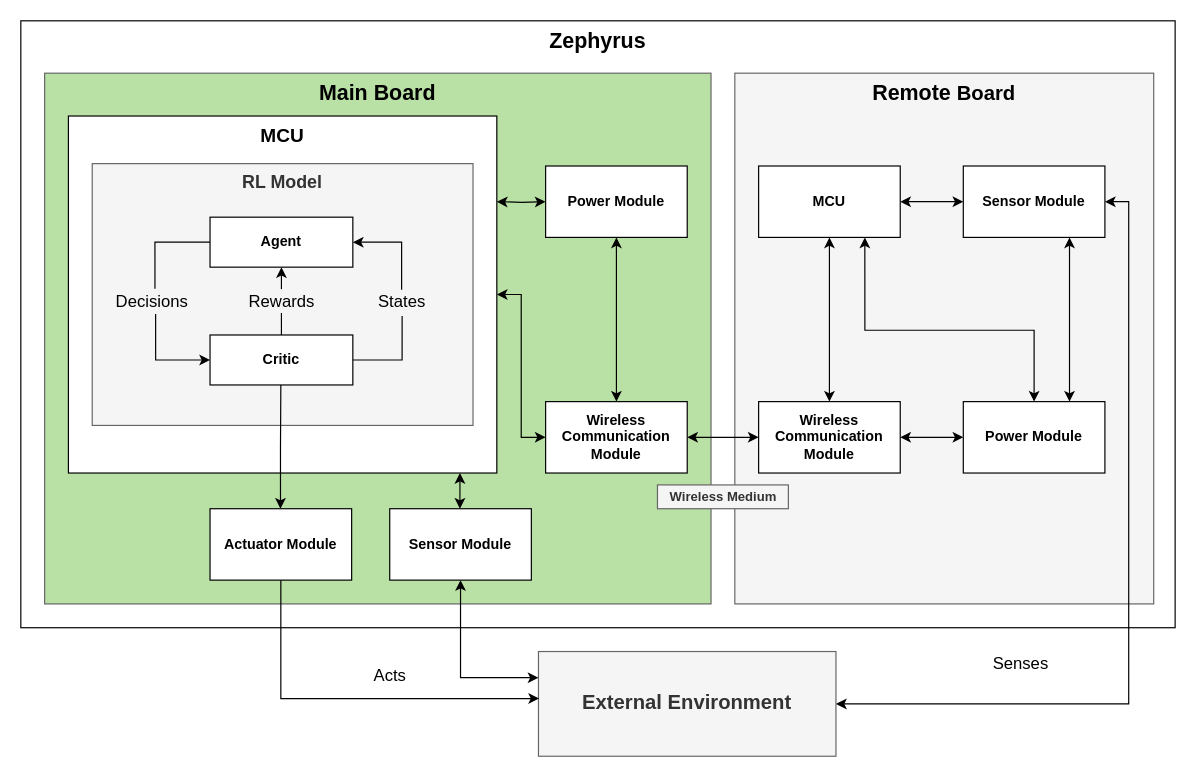
Earlier version of the draw.io diagram 2. Analysis/1. System Overview/Local/Local_OV.drawio (esrg-silent-howl/zephyrus). Source tidied: cells renumbered, new cells numbered last; positions are measured from the earlier drawing's top-left corner, leaving out a move shared by most shapes. Both pictures are drawn from the tidied source at 119%, with x=0, y=0 at pixel (20, 20).
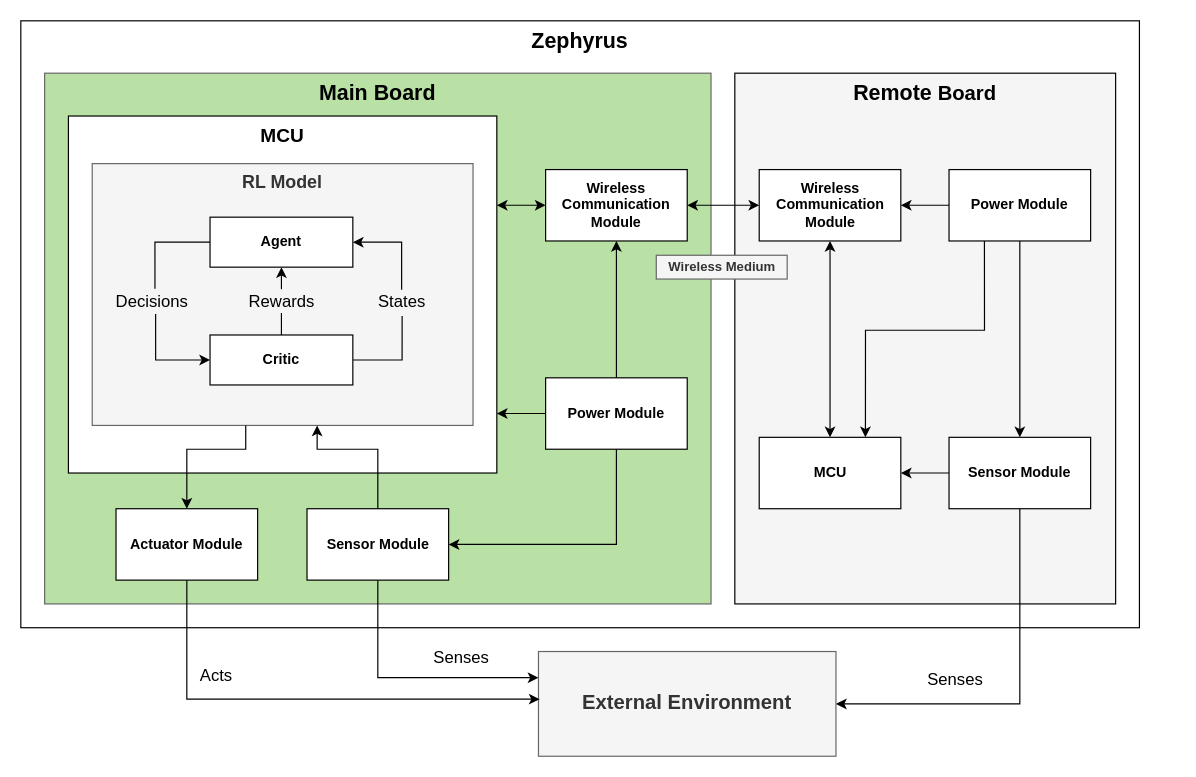
Above is the later version.

Unchanged cells that the change refers to:
```xml
<mxCell id="6" value="&lt;b&gt;&lt;font style=&quot;font-size: 16px&quot;&gt;MCU&lt;/font&gt;&lt;/b&gt;" style="rounded=0;whiteSpace=wrap;html=1;verticalAlign=top;" parent="1" vertex="1">
  <mxGeometry x="40" y="80" width="360" height="300" as="geometry" />
</mxCell>
<mxCell id="10" value="&lt;span style=&quot;font-size: 17px&quot;&gt;&lt;b&gt;External Environment&lt;/b&gt;&lt;/span&gt;" style="rounded=0;whiteSpace=wrap;html=1;fillColor=#f5f5f5;strokeColor=#666666;fontColor=#333333;" parent="1" vertex="1">
  <mxGeometry x="435" y="530" width="250" height="88" as="geometry" />
</mxCell>
```

The edit, as a diff of the source:
```diff
@@
     <mxCell id="2" value="&lt;b style=&quot;white-space: normal ; font-size: 18px&quot;&gt;Zephyrus&lt;/b&gt;" style="rounded=0;whiteSpace=wrap;html=1;verticalAlign=top;" parent="1" vertex="1">
-      <mxGeometry width="970" height="510" as="geometry" />
+      <mxGeometry width="940" height="510" as="geometry" />
     </mxCell>
-    <mxCell id="3" value="&lt;b style=&quot;color: rgb(0 , 0 , 0) ; font-size: 18px ; white-space: normal&quot;&gt;Remote&amp;nbsp;&lt;/b&gt;&lt;b style=&quot;color: rgb(0 , 0 , 0) ; white-space: normal ; font-size: 17px&quot;&gt;Board&lt;/b&gt;" style="rounded=0;whiteSpace=wrap;html=1;fillColor=#f5f5f5;strokeColor=#666666;fontColor=#333333;verticalAlign=top;" parent="1" vertex="1">
-      <mxGeometry x="600" y="44" width="352" height="446" as="geometry" />
+    <mxCell id="3" value="&lt;b style=&quot;color: rgb(0 , 0 , 0) ; font-size: 18px ; white-space: normal&quot;&gt;Remote&amp;nbsp;&lt;/b&gt;&lt;b style=&quot;color: rgb(0 , 0 , 0) ; white-space: normal ; font-size: 17px&quot;&gt;Board&lt;/b&gt;" style="rounded=0;whiteSpace=wrap;html=1;fillColor=#f5f5f5;strokeColor=#000000;fontColor=#333333;verticalAlign=top;" parent="1" vertex="1">
+      <mxGeometry x="600" y="44" width="320" height="446" as="geometry" />
     </mxCell>
-    <mxCell id="4" value="&lt;font color=&quot;#000000&quot;&gt;&lt;span style=&quot;font-size: 18px&quot;&gt;&lt;b&gt;Main Board&lt;/b&gt;&lt;/span&gt;&lt;/font&gt;" style="rounded=0;whiteSpace=wrap;html=1;fillColor=#B9E0A5;strokeColor=#666666;verticalAlign=top;fontColor=#333333;" parent="1" vertex="1">
+    <mxCell id="4" value="&lt;font color=&quot;#000000&quot;&gt;&lt;span style=&quot;font-size: 18px&quot;&gt;&lt;b&gt;Main Board&lt;/b&gt;&lt;/span&gt;&lt;/font&gt;" style="rounded=0;whiteSpace=wrap;html=1;verticalAlign=top;fontColor=#333333;fillColor=#B9E0A5;strokeColor=#666666;" parent="1" vertex="1">
       <mxGeometry x="20" y="44" width="560" height="446" as="geometry" />
     </mxCell>
-    <mxCell id="5" style="edgeStyle=orthogonalEdgeStyle;rounded=0;jettySize=auto;html=1;entryX=0;entryY=0.5;entryDx=0;entryDy=0;startArrow=classic;startFill=1;endArrow=classic;endFill=1;" parent="1" edge="1" target="38">
-      <mxGeometry relative="1" as="geometry">
-        <mxPoint x="400" y="152" as="sourcePoint" />
-      </mxGeometry>
-    </mxCell>
+    <mxCell id="44" style="edgeStyle=orthogonalEdgeStyle;rounded=0;jettySize=auto;html=1;entryX=0;entryY=0.5;entryDx=0;entryDy=0;startArrow=classic;startFill=1;endArrow=none;endFill=0;" parent="1" edge="1" source="6" target="60">
+      <mxGeometry relative="1" as="geometry">
+        <Array as="points">
+          <mxPoint x="441" y="330" />
+        </Array>
+      </mxGeometry>
+    </mxCell>
@@
     <mxCell id="8" value="&lt;font style=&quot;font-size: 11px&quot;&gt;&lt;b&gt;Wireless Medium&lt;/b&gt;&lt;/font&gt;" style="text;html=1;align=center;verticalAlign=middle;fillColor=#f5f5f5;strokeColor=#666666;fontColor=#333333;" parent="1" vertex="1">
-      <mxGeometry x="535" y="390" width="110" height="20" as="geometry" />
+      <mxGeometry x="534" y="197" width="110" height="20" as="geometry" />
     </mxCell>
-    <mxCell id="9" style="edgeStyle=orthogonalEdgeStyle;rounded=0;jettySize=auto;html=1;exitX=1;exitY=0.5;exitDx=0;exitDy=0;entryX=1;entryY=0.5;entryDx=0;entryDy=0;startArrow=classic;startFill=1;" parent="1" edge="1" source="10" target="40">
-      <mxGeometry relative="1" as="geometry" />
-    </mxCell>
+    <mxCell id="45" style="edgeStyle=orthogonalEdgeStyle;rounded=0;jettySize=auto;html=1;exitX=1;exitY=0.5;exitDx=0;exitDy=0;entryX=0.5;entryY=1;entryDx=0;entryDy=0;startArrow=classic;startFill=1;endArrow=none;endFill=0;" parent="1" edge="1" source="10" target="62">
+      <mxGeometry relative="1" as="geometry" />
+    </mxCell>
@@
-    <mxCell id="11" value="&lt;font style=&quot;font-size: 14px&quot;&gt;Senses&lt;/font&gt;" style="text;html=1;align=center;verticalAlign=middle;" parent="1" vertex="1">
-      <mxGeometry x="810" y="530" width="60" height="20" as="geometry" />
-    </mxCell>
+    <mxCell id="46" value="&lt;font style=&quot;font-size: 14px&quot;&gt;Senses&lt;/font&gt;" style="text;html=1;align=center;verticalAlign=middle;" parent="1" vertex="1">
+      <mxGeometry x="754.5" y="544" width="60" height="20" as="geometry" />
+    </mxCell>
@@
     <mxCell id="17" value="&lt;font style=&quot;font-size: 14px&quot;&gt;Acts&lt;br&gt;&lt;/font&gt;" style="text;html=1;align=center;verticalAlign=middle;" parent="1" vertex="1">
-      <mxGeometry x="290" y="540" width="40" height="20" as="geometry" />
+      <mxGeometry x="144" y="540" width="40" height="20" as="geometry" />
     </mxCell>
@@
-    <mxCell id="24" style="edgeStyle=orthogonalEdgeStyle;rounded=0;orthogonalLoop=1;jettySize=auto;html=1;exitX=0.5;exitY=0;exitDx=0;exitDy=0;entryX=0.5;entryY=1;entryDx=0;entryDy=0;startArrow=classic;startFill=1;endArrow=none;endFill=0;" parent="1" edge="1">
-      <mxGeometry relative="1" as="geometry">
-        <mxPoint x="218.2" y="410" as="sourcePoint" />
-        <mxPoint x="218.5" y="306" as="targetPoint" />
-        <Array as="points">
-          <mxPoint x="219" y="358" />
-        </Array>
-      </mxGeometry>
-    </mxCell>
-    <mxCell id="25" style="edgeStyle=orthogonalEdgeStyle;rounded=0;jettySize=auto;html=1;exitX=0.5;exitY=1;exitDx=0;exitDy=0;startArrow=none;startFill=0;endArrow=classic;endFill=1;" parent="1" edge="1" source="26">
-      <mxGeometry relative="1" as="geometry">
-        <mxPoint x="435.5" y="569.5" as="targetPoint" />
-        <Array as="points">
-          <mxPoint x="218" y="570" />
-          <mxPoint x="436" y="570" />
-        </Array>
-      </mxGeometry>
-    </mxCell>
+    <mxCell id="47" style="edgeStyle=orthogonalEdgeStyle;rounded=0;jettySize=auto;html=1;exitX=0.5;exitY=0;exitDx=0;exitDy=0;startArrow=classic;startFill=1;endArrow=none;endFill=0;" parent="1" edge="1" source="26">
+      <mxGeometry relative="1" as="geometry">
+        <mxPoint x="189" y="340" as="targetPoint" />
+        <Array as="points">
+          <mxPoint x="140" y="360" />
+          <mxPoint x="189" y="360" />
+        </Array>
+      </mxGeometry>
+    </mxCell>
+    <mxCell id="48" style="edgeStyle=orthogonalEdgeStyle;rounded=0;jettySize=auto;html=1;exitX=0.5;exitY=1;exitDx=0;exitDy=0;startArrow=none;startFill=0;endArrow=classic;endFill=1;" parent="1" edge="1" source="26">
+      <mxGeometry relative="1" as="geometry">
+        <mxPoint x="436" y="570" as="targetPoint" />
+        <Array as="points">
+          <mxPoint x="218" y="570" />
+          <mxPoint x="436" y="570" />
+        </Array>
+      </mxGeometry>
+    </mxCell>
     <mxCell id="26" value="&lt;b&gt;Actuator Module&lt;/b&gt;" style="rounded=0;whiteSpace=wrap;html=1;" parent="1" vertex="1">
-      <mxGeometry x="159" y="410" width="119" height="60" as="geometry" />
+      <mxGeometry x="80" y="410" width="119" height="60" as="geometry" />
     </mxCell>
-    <mxCell id="27" style="edgeStyle=orthogonalEdgeStyle;rounded=0;jettySize=auto;html=1;exitX=0.75;exitY=1;exitDx=0;exitDy=0;startArrow=classic;startFill=1;endArrow=classic;endFill=1;entryX=0.5;entryY=0;entryDx=0;entryDy=0;" parent="1" edge="1" source="29" target="36">
-      <mxGeometry relative="1" as="geometry">
-        <Array as="points">
-          <mxPoint x="709" y="260" />
-          <mxPoint x="852" y="260" />
-        </Array>
-      </mxGeometry>
-    </mxCell>
-    <mxCell id="28" style="edgeStyle=orthogonalEdgeStyle;rounded=0;jettySize=auto;html=1;exitX=1;exitY=0.5;exitDx=0;exitDy=0;entryX=0;entryY=0.5;entryDx=0;entryDy=0;startArrow=classic;startFill=1;" parent="1" edge="1" source="29" target="40">
-      <mxGeometry relative="1" as="geometry" />
-    </mxCell>
+    <mxCell id="49" style="edgeStyle=orthogonalEdgeStyle;rounded=0;jettySize=auto;html=1;exitX=0.75;exitY=0;exitDx=0;exitDy=0;startArrow=classic;startFill=1;endArrow=none;endFill=0;entryX=0.25;entryY=1;entryDx=0;entryDy=0;" parent="1" edge="1" source="29" target="57">
+      <mxGeometry relative="1" as="geometry">
+        <Array as="points">
+          <mxPoint x="710" y="260" />
+          <mxPoint x="810" y="260" />
+        </Array>
+      </mxGeometry>
+    </mxCell>
+    <mxCell id="50" style="edgeStyle=orthogonalEdgeStyle;rounded=0;jettySize=auto;html=1;exitX=1;exitY=0.5;exitDx=0;exitDy=0;entryX=0;entryY=0.5;entryDx=0;entryDy=0;startArrow=classic;startFill=1;endArrow=none;endFill=0;" parent="1" edge="1" source="29" target="62">
+      <mxGeometry relative="1" as="geometry" />
+    </mxCell>
     <mxCell id="29" value="&lt;b&gt;&lt;font style=&quot;font-size: 12px&quot;&gt;MCU&lt;/font&gt;&lt;/b&gt;" style="rounded=0;whiteSpace=wrap;html=1;" parent="1" vertex="1">
-      <mxGeometry x="620" y="122" width="119" height="60" as="geometry" />
+      <mxGeometry x="620.5" y="350" width="119" height="60" as="geometry" />
     </mxCell>
-    <mxCell id="30" value="&lt;b&gt;Wireless Communication Module&lt;/b&gt;" style="rounded=0;whiteSpace=wrap;html=1;" parent="1" vertex="1">
-      <mxGeometry x="620" y="320" width="119" height="60" as="geometry" />
-    </mxCell>
-    <mxCell id="31" style="edgeStyle=orthogonalEdgeStyle;rounded=0;jettySize=auto;html=1;exitX=0.5;exitY=1;exitDx=0;exitDy=0;entryX=0.5;entryY=0;entryDx=0;entryDy=0;startArrow=classic;startFill=1;endArrow=classic;endFill=1;" parent="1" edge="1" source="29" target="30">
-      <mxGeometry relative="1" as="geometry" />
-    </mxCell>
-    <mxCell id="32" style="edgeStyle=orthogonalEdgeStyle;rounded=0;jettySize=auto;html=1;exitX=0;exitY=0.5;exitDx=0;exitDy=0;entryX=1;entryY=0.5;entryDx=0;entryDy=0;startArrow=classic;startFill=1;endArrow=classic;endFill=1;" parent="1" edge="1" source="34" target="6">
-      <mxGeometry relative="1" as="geometry" />
-    </mxCell>
-    <mxCell id="33" style="edgeStyle=orthogonalEdgeStyle;rounded=0;jettySize=auto;html=1;exitX=1;exitY=0.5;exitDx=0;exitDy=0;entryX=0;entryY=0.5;entryDx=0;entryDy=0;startArrow=classic;startFill=1;" parent="1" edge="1" source="34" target="30">
-      <mxGeometry relative="1" as="geometry" />
-    </mxCell>
-    <mxCell id="34" value="&lt;b&gt;Wireless Communication Module&lt;/b&gt;" style="rounded=0;whiteSpace=wrap;html=1;" parent="1" vertex="1">
-      <mxGeometry x="441" y="320" width="119" height="60" as="geometry" />
-    </mxCell>
-    <mxCell id="35" style="edgeStyle=orthogonalEdgeStyle;rounded=0;jettySize=auto;html=1;exitX=0;exitY=0.5;exitDx=0;exitDy=0;entryX=1;entryY=0.5;entryDx=0;entryDy=0;startArrow=classic;startFill=1;" parent="1" edge="1" source="36" target="30">
-      <mxGeometry relative="1" as="geometry" />
-    </mxCell>
-    <mxCell id="36" value="&lt;b&gt;Power Module&lt;/b&gt;" style="rounded=0;whiteSpace=wrap;html=1;" parent="1" vertex="1">
-      <mxGeometry x="792" y="320" width="119" height="60" as="geometry" />
-    </mxCell>
-    <mxCell id="37" style="edgeStyle=orthogonalEdgeStyle;rounded=0;jettySize=auto;html=1;exitX=0.5;exitY=1;exitDx=0;exitDy=0;startArrow=classic;startFill=1;endArrow=classic;endFill=1;" parent="1" edge="1" source="38" target="34">
-      <mxGeometry relative="1" as="geometry" />
-    </mxCell>
-    <mxCell id="38" value="&lt;b&gt;Power Module&lt;/b&gt;" style="rounded=0;whiteSpace=wrap;html=1;" parent="1" vertex="1">
-      <mxGeometry x="441" y="122" width="119" height="60" as="geometry" />
-    </mxCell>
-    <mxCell id="39" style="edgeStyle=orthogonalEdgeStyle;rounded=0;jettySize=auto;html=1;exitX=0.75;exitY=1;exitDx=0;exitDy=0;entryX=0.75;entryY=0;entryDx=0;entryDy=0;startArrow=classic;startFill=1;" parent="1" edge="1" source="40" target="36">
-      <mxGeometry relative="1" as="geometry" />
-    </mxCell>
-    <mxCell id="40" value="&lt;b&gt;Sensor Module&lt;/b&gt;" style="rounded=0;whiteSpace=wrap;html=1;" parent="1" vertex="1">
-      <mxGeometry x="792" y="122" width="119" height="60" as="geometry" />
-    </mxCell>
-    <mxCell id="41" style="edgeStyle=orthogonalEdgeStyle;rounded=0;jettySize=auto;html=1;exitX=0.5;exitY=1;exitDx=0;exitDy=0;entryX=0;entryY=0.25;entryDx=0;entryDy=0;startArrow=classic;startFill=1;" parent="1" edge="1" source="42" target="10">
-      <mxGeometry relative="1" as="geometry" />
-    </mxCell>
-    <mxCell id="42" value="&lt;b&gt;Sensor Module&lt;/b&gt;" style="rounded=0;whiteSpace=wrap;html=1;" parent="1" vertex="1">
-      <mxGeometry x="310" y="410" width="119" height="60" as="geometry" />
-    </mxCell>
-    <mxCell id="43" style="endArrow=classic;html=1;startArrow=classic;startFill=1;" parent="1" edge="1">
-      <mxGeometry relative="1" as="geometry">
-        <mxPoint x="369" y="410" as="sourcePoint" />
-        <mxPoint x="369" y="380" as="targetPoint" />
-      </mxGeometry>
-    </mxCell>
+    <mxCell id="51" value="&lt;b&gt;Wireless Communication Module&lt;/b&gt;" style="rounded=0;whiteSpace=wrap;html=1;" parent="1" vertex="1">
+      <mxGeometry x="620.5" y="125" width="119" height="60" as="geometry" />
+    </mxCell>
+    <mxCell id="52" style="edgeStyle=orthogonalEdgeStyle;rounded=0;jettySize=auto;html=1;exitX=0.5;exitY=0;exitDx=0;exitDy=0;entryX=0.5;entryY=1;entryDx=0;entryDy=0;startArrow=classic;startFill=1;endArrow=classic;endFill=1;" parent="1" edge="1" source="29" target="51">
+      <mxGeometry relative="1" as="geometry" />
+    </mxCell>
+    <mxCell id="53" style="edgeStyle=orthogonalEdgeStyle;rounded=0;jettySize=auto;html=1;exitX=0;exitY=0.5;exitDx=0;exitDy=0;entryX=1;entryY=0.25;entryDx=0;entryDy=0;startArrow=classic;startFill=1;endArrow=classic;endFill=1;" parent="1" edge="1" source="55" target="6">
+      <mxGeometry relative="1" as="geometry" />
+    </mxCell>
+    <mxCell id="54" style="edgeStyle=orthogonalEdgeStyle;rounded=0;jettySize=auto;html=1;exitX=1;exitY=0.5;exitDx=0;exitDy=0;entryX=0;entryY=0.5;entryDx=0;entryDy=0;startArrow=classic;startFill=1;" parent="1" edge="1" source="55" target="51">
+      <mxGeometry relative="1" as="geometry" />
+    </mxCell>
+    <mxCell id="55" value="&lt;b&gt;Wireless Communication Module&lt;/b&gt;" style="rounded=0;whiteSpace=wrap;html=1;" parent="1" vertex="1">
+      <mxGeometry x="441" y="125" width="119" height="60" as="geometry" />
+    </mxCell>
+    <mxCell id="56" style="edgeStyle=orthogonalEdgeStyle;rounded=0;jettySize=auto;html=1;exitX=0;exitY=0.5;exitDx=0;exitDy=0;entryX=1;entryY=0.5;entryDx=0;entryDy=0;startArrow=none;startFill=0;endArrow=classic;endFill=1;" parent="1" edge="1" source="57" target="51">
+      <mxGeometry relative="1" as="geometry" />
+    </mxCell>
+    <mxCell id="57" value="&lt;b&gt;Power Module&lt;/b&gt;" style="rounded=0;whiteSpace=wrap;html=1;" parent="1" vertex="1">
+      <mxGeometry x="780" y="125" width="119" height="60" as="geometry" />
+    </mxCell>
+    <mxCell id="58" style="edgeStyle=orthogonalEdgeStyle;rounded=0;jettySize=auto;html=1;startArrow=none;startFill=0;endArrow=classic;endFill=1;" parent="1" edge="1" source="60" target="55">
+      <mxGeometry relative="1" as="geometry" />
+    </mxCell>
+    <mxCell id="59" style="edgeStyle=orthogonalEdgeStyle;rounded=0;jettySize=auto;html=1;entryX=1;entryY=0.5;entryDx=0;entryDy=0;startArrow=none;startFill=0;endArrow=classic;endFill=1;" parent="1" edge="1" source="60" target="64">
+      <mxGeometry relative="1" as="geometry">
+        <Array as="points">
+          <mxPoint x="500" y="440" />
+        </Array>
+      </mxGeometry>
+    </mxCell>
+    <mxCell id="60" value="&lt;b&gt;Power Module&lt;/b&gt;" style="rounded=0;whiteSpace=wrap;html=1;" parent="1" vertex="1">
+      <mxGeometry x="441" y="300" width="119" height="60" as="geometry" />
+    </mxCell>
+    <mxCell id="61" style="edgeStyle=orthogonalEdgeStyle;rounded=0;jettySize=auto;html=1;exitX=0.5;exitY=0;exitDx=0;exitDy=0;entryX=0.5;entryY=1;entryDx=0;entryDy=0;startArrow=classic;startFill=1;endArrow=none;endFill=0;" parent="1" edge="1" source="62" target="57">
+      <mxGeometry relative="1" as="geometry" />
+    </mxCell>
+    <mxCell id="62" value="&lt;b&gt;Sensor Module&lt;/b&gt;" style="rounded=0;whiteSpace=wrap;html=1;" parent="1" vertex="1">
+      <mxGeometry x="780" y="350" width="119" height="60" as="geometry" />
+    </mxCell>
+    <mxCell id="63" style="edgeStyle=orthogonalEdgeStyle;rounded=0;jettySize=auto;html=1;exitX=0.5;exitY=1;exitDx=0;exitDy=0;entryX=0;entryY=0.25;entryDx=0;entryDy=0;startArrow=none;startFill=0;endArrow=classic;endFill=1;" parent="1" edge="1" source="64" target="10">
+      <mxGeometry relative="1" as="geometry" />
+    </mxCell>
+    <mxCell id="64" value="&lt;b&gt;Sensor Module&lt;/b&gt;" style="rounded=0;whiteSpace=wrap;html=1;" parent="1" vertex="1">
+      <mxGeometry x="240.5" y="410" width="119" height="60" as="geometry" />
+    </mxCell>
+    <mxCell id="65" style="endArrow=classic;html=1;startArrow=none;startFill=0;edgeStyle=orthogonalEdgeStyle;rounded=0;" parent="1" edge="1">
+      <mxGeometry relative="1" as="geometry">
+        <mxPoint x="300" y="410" as="sourcePoint" />
+        <mxPoint x="249" y="340" as="targetPoint" />
+        <Array as="points">
+          <mxPoint x="300" y="360" />
+          <mxPoint x="249" y="360" />
+        </Array>
+      </mxGeometry>
+    </mxCell>
+    <mxCell id="66" value="&lt;font style=&quot;font-size: 14px&quot;&gt;Senses&lt;/font&gt;" style="text;html=1;align=center;verticalAlign=middle;" parent="1" vertex="1">
+      <mxGeometry x="340" y="525" width="60" height="20" as="geometry" />
+    </mxCell>
```
